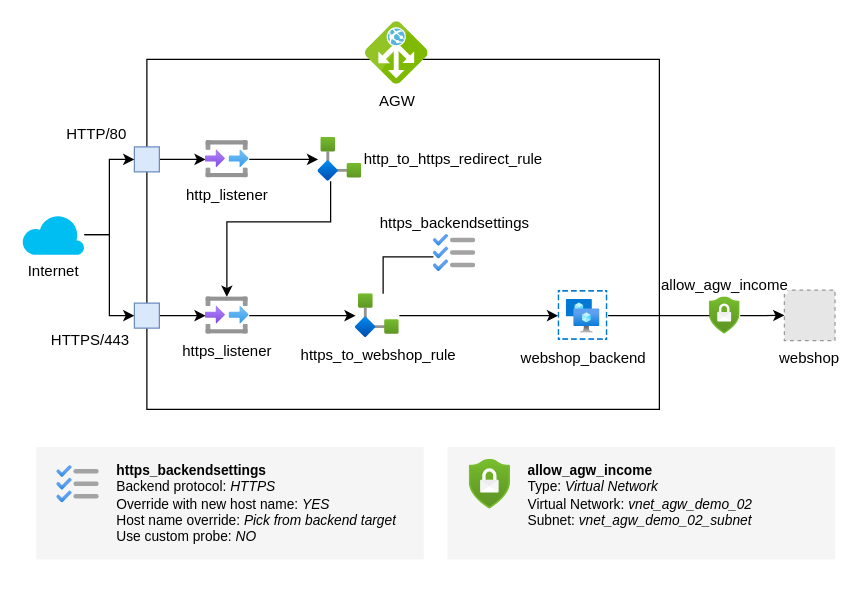
This is page "Page-2" (2 of 2) of scenario-04/scenario-04.drawio from bbtsoftware/agw-demo, a draw.io file, before an edit. Source tidied: cells renumbered, new cells numbered last; positions are measured from the earlier drawing's top-left corner, leaving out a move shared by most shapes. Both pictures are drawn from the tidied source at 125%, with x=0, y=0 at pixel (21, 21). Pictures stored in the file or linked from it are replaced by grey dashed boxes.
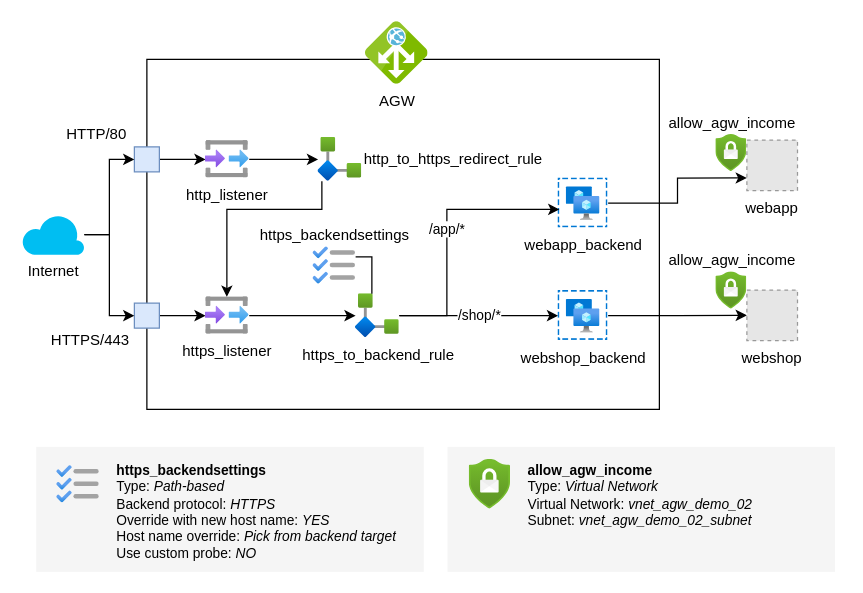
After the change.

Unchanged cells that the change refers to:
```xml
<mxCell id="12" value="https_listener" style="html=1;points=[];align=center;image;fontSize=12;image=img/lib/azure2/general/Input_Output.svg;strokeColor=default;fillColor=none;" parent="1" vertex="1">
  <mxGeometry x="147" y="220" width="34.9" height="30" as="geometry" />
</mxCell>
<mxCell id="18" value="http_to_https_redirect_rule" style="html=1;points=[];align=left;image;fontSize=12;image=img/lib/azure2/integration/Logic_Apps_Custom_Connector.svg;strokeColor=default;fillColor=none;labelPosition=right;verticalLabelPosition=middle;verticalAlign=middle;" parent="1" vertex="1">
  <mxGeometry x="237" y="92.5" width="35" height="35" as="geometry" />
</mxCell>
<mxCell id="26" value="webshop_backend" style="html=1;points=[];align=center;image;fontSize=12;image=img/lib/azure2/compute/Availability_Sets.svg;strokeColor=default;fillColor=none;" parent="1" vertex="1">
  <mxGeometry x="429" y="215" width="40" height="40" as="geometry" />
</mxCell>
```

Diff of the diagram source:
```diff
@@
     <mxCell id="17" style="edgeStyle=orthogonalEdgeStyle;rounded=0;jettySize=auto;html=1;" parent="1" edge="1" source="18" target="12">
       <mxGeometry relative="1" as="geometry">
         <Array as="points">
-          <mxPoint x="247" y="160" />
-          <mxPoint x="164" y="160" />
+          <mxPoint x="240" y="150" />
+          <mxPoint x="164" y="150" />
         </Array>
       </mxGeometry>
     </mxCell>
@@
-    <mxCell id="19" style="edgeStyle=orthogonalEdgeStyle;rounded=0;jettySize=auto;html=1;" parent="1" edge="1" source="20" target="26">
+    <mxCell id="19" value="/shop/*" style="edgeStyle=orthogonalEdgeStyle;rounded=0;jettySize=auto;html=1;" parent="1" edge="1" source="20" target="26">
       <mxGeometry relative="1" as="geometry" />
     </mxCell>
-    <mxCell id="20" value="https_to_webshop_rule" style="html=1;points=[];align=center;image;fontSize=12;image=img/lib/azure2/integration/Logic_Apps_Custom_Connector.svg;strokeColor=default;fillColor=none;labelPosition=center;verticalLabelPosition=bottom;verticalAlign=top;" parent="1" vertex="1">
+    <mxCell id="20" value="https_to_backend_rule" style="html=1;points=[];align=center;image;fontSize=12;image=img/lib/azure2/integration/Logic_Apps_Custom_Connector.svg;strokeColor=default;fillColor=none;labelPosition=center;verticalLabelPosition=bottom;verticalAlign=top;" parent="1" vertex="1">
       <mxGeometry x="267" y="217.5" width="35" height="35" as="geometry" />
     </mxCell>
     <mxCell id="21" value="https_backendsettings" style="html=1;points=[];align=center;image;fontSize=12;image=img/lib/azure2/general/Backlog.svg;strokeColor=default;fillColor=none;labelPosition=center;verticalLabelPosition=top;verticalAlign=bottom;" parent="1" vertex="1">
-      <mxGeometry x="329.2" y="170" width="34" height="30" as="geometry" />
+      <mxGeometry x="233" y="180" width="34" height="30" as="geometry" />
     </mxCell>
     <mxCell id="22" style="rounded=0;whiteSpace=wrap;html=1;fontSize=11;fontColor=#333333;strokeColor=none;fillColor=#f5f5f5;" parent="1" vertex="1">
-      <mxGeometry x="11.5" y="340" width="310" height="90" as="geometry" />
+      <mxGeometry x="11.5" y="340" width="310" height="100" as="geometry" />
     </mxCell>
-    <mxCell id="23" value="&lt;div style=&quot;font-size: 11px;&quot;&gt;&lt;br style=&quot;font-size: 11px;&quot;&gt;&lt;/div&gt;&lt;div style=&quot;font-size: 11px;&quot;&gt;&lt;b&gt;https_backendsettings&lt;/b&gt;&lt;br&gt;Backend protocol: &lt;i&gt;HTTPS&lt;/i&gt;&lt;/div&gt;&lt;div style=&quot;font-size: 11px;&quot;&gt;Override with new host name: &lt;i&gt;YES&lt;/i&gt;&lt;/div&gt;&lt;div style=&quot;font-size: 11px;&quot;&gt;Host name override: &lt;i&gt;Pick from backend target&lt;/i&gt;&lt;/div&gt;&lt;div style=&quot;font-size: 11px;&quot;&gt;Use custom probe: &lt;i&gt;NO&lt;/i&gt;&lt;/div&gt;" style="text;html=1;strokeColor=none;fillColor=none;spacing=5;spacingTop=-20;whiteSpace=wrap;overflow=hidden;rounded=0;fontColor=#000000;fontSize=11;" parent="1" vertex="1">
-      <mxGeometry x="71.2" y="350" width="250.3" height="70" as="geometry" />
+    <mxCell id="23" value="&lt;div style=&quot;font-size: 11px;&quot;&gt;&lt;br style=&quot;font-size: 11px;&quot;&gt;&lt;/div&gt;&lt;div style=&quot;font-size: 11px;&quot;&gt;&lt;b&gt;https_backendsettings&lt;/b&gt;&lt;br&gt;Type: &lt;i&gt;Path-based&lt;/i&gt;&lt;br&gt;Backend protocol: &lt;i&gt;HTTPS&lt;/i&gt;&lt;/div&gt;&lt;div style=&quot;font-size: 11px;&quot;&gt;Override with new host name: &lt;i&gt;YES&lt;/i&gt;&lt;/div&gt;&lt;div style=&quot;font-size: 11px;&quot;&gt;Host name override: &lt;i&gt;Pick from backend target&lt;/i&gt;&lt;/div&gt;&lt;div style=&quot;font-size: 11px;&quot;&gt;Use custom probe: &lt;i&gt;NO&lt;/i&gt;&lt;/div&gt;" style="text;html=1;strokeColor=none;fillColor=none;spacing=5;spacingTop=-20;whiteSpace=wrap;overflow=hidden;rounded=0;fontColor=#000000;fontSize=11;" parent="1" vertex="1">
+      <mxGeometry x="71.2" y="350" width="250.3" height="90" as="geometry" />
     </mxCell>
@@
-    <mxCell id="25" style="edgeStyle=orthogonalEdgeStyle;rounded=0;jettySize=auto;html=1;entryX=0;entryY=0.5;entryDx=0;entryDy=0;strokeColor=default;endArrow=classic;endFill=1;startArrow=none;" parent="1" edge="1" source="29" target="28">
+    <mxCell id="25" style="edgeStyle=orthogonalEdgeStyle;rounded=0;jettySize=auto;html=1;entryX=0;entryY=0.5;entryDx=0;entryDy=0;strokeColor=default;endArrow=classic;endFill=1;startArrow=none;" parent="1" edge="1" source="26" target="28">
       <mxGeometry relative="1" as="geometry" />
     </mxCell>
@@
     <mxCell id="27" style="endArrow=none;html=1;rounded=0;edgeStyle=orthogonalEdgeStyle;strokeColor=default;endFill=0;" parent="1" edge="1" source="20" target="21">
       <mxGeometry relative="1" as="geometry">
         <Array as="points">
-          <mxPoint x="289" y="188" />
+          <mxPoint x="280" y="188" />
         </Array>
       </mxGeometry>
     </mxCell>
     <mxCell id="28" value="webshop" style="fillColor=#E6E6E6;strokeColor=#999999;dashed=1;verticalLabelPosition=bottom;labelBackgroundColor=#ffffff;verticalAlign=top;" parent="1" vertex="1">
-      <mxGeometry x="610" y="214.5" width="40.5" height="40.5" as="geometry" />
+      <mxGeometry x="580" y="214.5" width="40.5" height="40.5" as="geometry" />
     </mxCell>
-    <mxCell id="29" value="allow_agw_income" style="html=1;points=[];align=center;image;fontSize=12;image=img/lib/azure2/security/Security_Center.svg;fontColor=#000000;labelPosition=center;verticalLabelPosition=top;verticalAlign=bottom;" parent="1" vertex="1">
-      <mxGeometry x="550" y="220" width="24.7" height="30" as="geometry" />
-    </mxCell>
-    <mxCell id="30" style="edgeStyle=orthogonalEdgeStyle;rounded=0;jettySize=auto;html=1;entryX=0;entryY=0.5;entryDx=0;entryDy=0;strokeColor=default;endArrow=none;endFill=1;" parent="1" edge="1" source="26" target="29">
-      <mxGeometry relative="1" as="geometry" />
-    </mxCell>
     <mxCell id="31" style="rounded=0;whiteSpace=wrap;html=1;fontSize=11;fontColor=#333333;strokeColor=none;fillColor=#f5f5f5;" parent="1" vertex="1">
-      <mxGeometry x="340.5" y="340" width="310" height="90" as="geometry" />
+      <mxGeometry x="340.5" y="340" width="310" height="100" as="geometry" />
     </mxCell>
@@
+    <mxCell id="34" value="allow_agw_income" style="html=1;align=center;image;fontSize=12;image=img/lib/azure2/security/Security_Center.svg;fontColor=#000000;labelPosition=center;verticalLabelPosition=top;verticalAlign=bottom;" parent="1" vertex="1">
+      <mxGeometry x="555.3" y="200" width="24.7" height="30" as="geometry" />
+    </mxCell>
+    <mxCell id="35" value="webapp" style="fillColor=#E6E6E6;strokeColor=#999999;dashed=1;verticalLabelPosition=bottom;labelBackgroundColor=#ffffff;verticalAlign=top;" parent="1" vertex="1">
+      <mxGeometry x="580" y="94.5" width="40.5" height="40.5" as="geometry" />
+    </mxCell>
+    <mxCell id="36" value="allow_agw_income" style="html=1;align=center;image;fontSize=12;image=img/lib/azure2/security/Security_Center.svg;fontColor=#000000;labelPosition=center;verticalLabelPosition=top;verticalAlign=bottom;" parent="1" vertex="1">
+      <mxGeometry x="555.3" y="90" width="24.7" height="30" as="geometry" />
+    </mxCell>
+    <mxCell id="37" value="webapp_backend" style="html=1;points=[];align=center;image;fontSize=12;image=img/lib/azure2/compute/Availability_Sets.svg;strokeColor=default;fillColor=none;" parent="1" vertex="1">
+      <mxGeometry x="429" y="125" width="40" height="40" as="geometry" />
+    </mxCell>
+    <mxCell id="38" value="/app/*" style="edgeStyle=orthogonalEdgeStyle;rounded=0;jettySize=auto;html=1;entryX=0.025;entryY=0.625;entryDx=0;entryDy=0;entryPerimeter=0;" parent="1" edge="1" source="20" target="37">
+      <mxGeometry relative="1" as="geometry">
+        <Array as="points">
+          <mxPoint x="340" y="235" />
+          <mxPoint x="340" y="150" />
+        </Array>
+      </mxGeometry>
+    </mxCell>
+    <mxCell id="39" style="edgeStyle=orthogonalEdgeStyle;rounded=0;jettySize=auto;html=1;entryX=0;entryY=0.75;entryDx=0;entryDy=0;strokeColor=default;endArrow=classic;endFill=1;startArrow=none;" parent="1" edge="1" source="37" target="35">
+      <mxGeometry relative="1" as="geometry" />
+    </mxCell>
```
